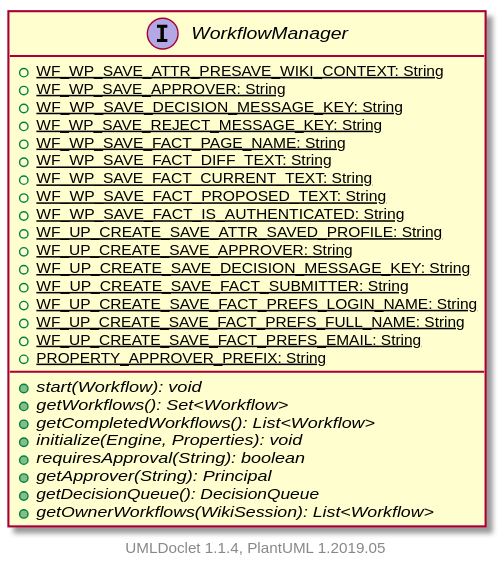
This is apidocs/2.11.0.M7-SNAPSHOT/org/apache/wiki/workflow/WorkflowManager.svg from apache/jspwiki-site, a PlantUML export, as it was before one commit.
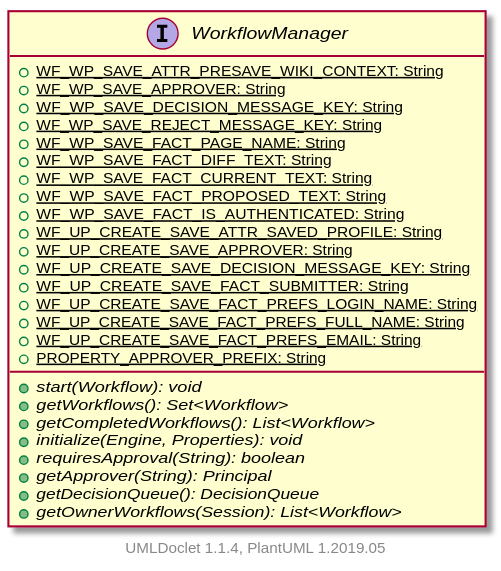
The same file after the commit.

Diff of the diagram source:
```diff
@@ -25,7 +25,7 @@
         {abstract} +requiresApproval(String): boolean
         {abstract} +getApprover(String): Principal
         {abstract} +getDecisionQueue(): DecisionQueue
-        {abstract} +getOwnerWorkflows(WikiSession): List<Workflow>
+        {abstract} +getOwnerWorkflows(Session): List<Workflow>
     }
 
 
```
